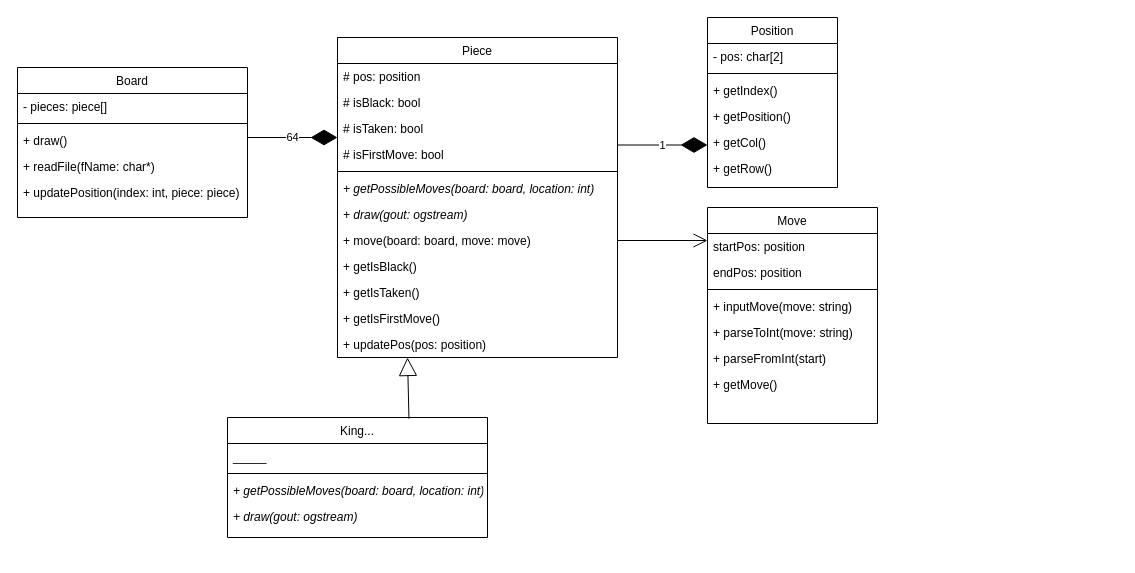
Earlier version of the draw.io diagram week-2-cb/Lab 2 Clas diagram.drawio (Calvinbullock/inheritanceDesign). Source tidied: cells renumbered, new cells numbered last; positions are measured from the earlier drawing's top-left corner, leaving out a move shared by most shapes. Both pictures are drawn from the tidied source at 100%, with x=0, y=0 at pixel (17, 17).
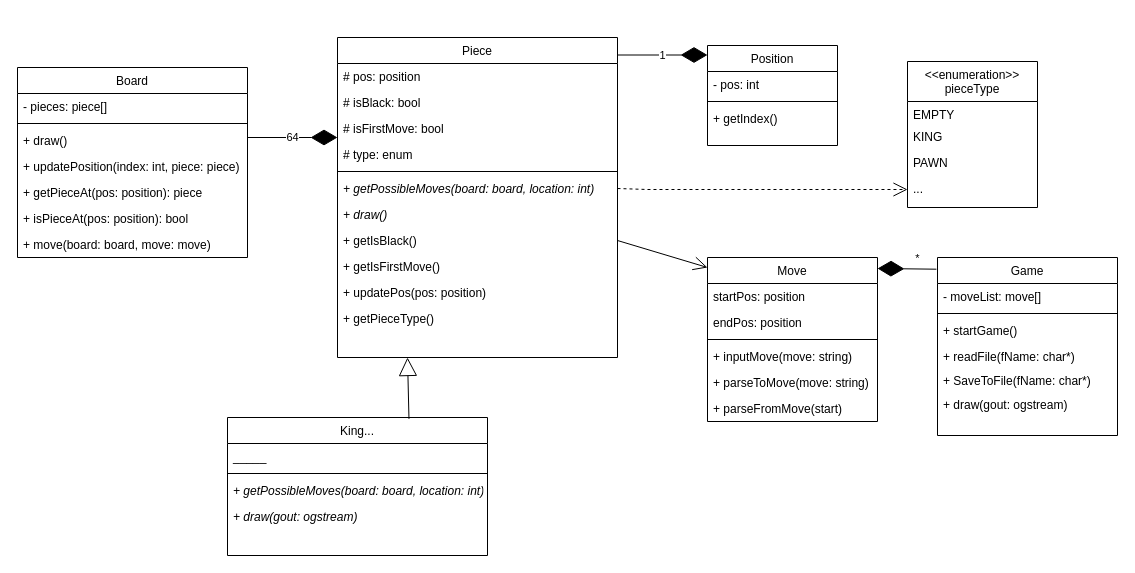
After the change.

The change refers to these unchanged cells:
```xml
<mxCell id="28" value="Piece" style="swimlane;fontStyle=0;align=center;verticalAlign=top;horizontal=1;startSize=26;rounded=0;shadow=0;strokeWidth=1;" parent="1" vertex="1">
  <mxGeometry x="320" y="20" width="280" height="320" as="geometry" />
</mxCell>
```

What changed in the source:
```diff
@@
     <mxCell id="2" value="Board" style="swimlane;fontStyle=0;align=center;verticalAlign=top;horizontal=1;startSize=26;rounded=0;shadow=0;strokeWidth=1;" parent="1" vertex="1">
-      <mxGeometry y="50" width="230" height="150" as="geometry" />
+      <mxGeometry y="50" width="230" height="190" as="geometry" />
     </mxCell>
@@
-    <mxCell id="6" value="+ readFile(fName: char*)" style="text;align=left;verticalAlign=top;spacingLeft=4;spacingRight=4;overflow=hidden;" parent="2" vertex="1">
-      <mxGeometry y="86" width="230" height="26" as="geometry" />
-    </mxCell>
+    <mxCell id="45" value="+ updatePosition(index: int, piece: piece)" style="text;align=left;verticalAlign=top;spacingLeft=4;spacingRight=4;overflow=hidden;" parent="2" vertex="1">
+      <mxGeometry y="86" width="230" height="26" as="geometry" />
+    </mxCell>
+    <mxCell id="46" value="+ getPieceAt(pos: position): piece" style="text;align=left;verticalAlign=top;spacingLeft=4;spacingRight=4;overflow=hidden;" parent="2" vertex="1">
+      <mxGeometry y="112" width="230" height="26" as="geometry" />
+    </mxCell>
-    <mxCell id="7" value="+ updatePosition(index: int, piece: piece)" style="text;align=left;verticalAlign=top;spacingLeft=4;spacingRight=4;overflow=hidden;" parent="2" vertex="1">
-      <mxGeometry y="112" width="230" height="26" as="geometry" />
+    <mxCell id="7" value="+ isPieceAt(pos: position): bool" style="text;align=left;verticalAlign=top;spacingLeft=4;spacingRight=4;overflow=hidden;" parent="2" vertex="1">
+      <mxGeometry y="138" width="230" height="26" as="geometry" />
     </mxCell>
+    <mxCell id="36" value="+ move(board: board, move: move)" style="text;align=left;verticalAlign=top;spacingLeft=4;spacingRight=4;overflow=hidden;points=[[0,0.5],[1,0.5]];portConstraint=eastwest;fontStyle=0;" parent="2" vertex="1">
+      <mxGeometry y="164" width="230" height="26" as="geometry" />
+    </mxCell>
     <mxCell id="8" value="King..." style="swimlane;fontStyle=0;align=center;verticalAlign=top;horizontal=1;startSize=26;rounded=0;shadow=0;strokeWidth=1;" parent="1" vertex="1">
-      <mxGeometry x="210" y="400" width="260" height="120" as="geometry" />
+      <mxGeometry x="210" y="400" width="260" height="138" as="geometry" />
     </mxCell>
@@
-    <mxCell id="12" value="+ draw(gout: ogstream)" style="text;align=left;verticalAlign=top;spacingLeft=4;spacingRight=4;overflow=hidden;fontStyle=2;" parent="8" vertex="1">
-      <mxGeometry y="86" width="260" height="26" as="geometry" />
-    </mxCell>
+    <mxCell id="47" value="+ draw(gout: ogstream)" style="text;align=left;verticalAlign=top;spacingLeft=4;spacingRight=4;overflow=hidden;fontStyle=2;" parent="8" vertex="1">
+      <mxGeometry y="86" width="260" height="26" as="geometry" />
+    </mxCell>
     <mxCell id="13" value="Position" style="swimlane;fontStyle=0;align=center;verticalAlign=top;horizontal=1;startSize=26;rounded=0;shadow=0;strokeWidth=1;" parent="1" vertex="1">
-      <mxGeometry x="690" width="130" height="170" as="geometry" />
+      <mxGeometry x="690" y="28" width="130" height="100" as="geometry" />
     </mxCell>
-    <mxCell id="14" value="- pos: char[2]" style="text;align=left;verticalAlign=top;spacingLeft=4;spacingRight=4;overflow=hidden;" parent="13" vertex="1">
+    <mxCell id="14" value="- pos: int" style="text;align=left;verticalAlign=top;spacingLeft=4;spacingRight=4;overflow=hidden;" parent="13" vertex="1">
       <mxGeometry y="26" width="130" height="26" as="geometry" />
     </mxCell>
@@
-    <mxCell id="17" value="+ getPosition()" style="text;align=left;verticalAlign=top;spacingLeft=4;spacingRight=4;overflow=hidden;" parent="13" vertex="1">
-      <mxGeometry y="86" width="130" height="26" as="geometry" />
-    </mxCell>
-    <mxCell id="18" value="+ getCol()" style="text;align=left;verticalAlign=top;spacingLeft=4;spacingRight=4;overflow=hidden;" parent="13" vertex="1">
-      <mxGeometry y="112" width="130" height="26" as="geometry" />
-    </mxCell>
-    <mxCell id="19" value="+ getRow()" style="text;align=left;verticalAlign=top;spacingLeft=4;spacingRight=4;overflow=hidden;" parent="13" vertex="1">
-      <mxGeometry y="138" width="130" height="26" as="geometry" />
-    </mxCell>
     <mxCell id="20" value="Move" style="swimlane;fontStyle=0;align=center;verticalAlign=top;horizontal=1;startSize=26;rounded=0;shadow=0;strokeWidth=1;" parent="1" vertex="1">
-      <mxGeometry x="690" y="190" width="170" height="216" as="geometry" />
+      <mxGeometry x="690" y="240" width="170" height="164" as="geometry" />
     </mxCell>
@@
-    <mxCell id="25" value="+ parseToInt(move: string)" style="text;align=left;verticalAlign=top;spacingLeft=4;spacingRight=4;overflow=hidden;" parent="20" vertex="1">
+    <mxCell id="25" value="+ parseToMove(move: string)" style="text;align=left;verticalAlign=top;spacingLeft=4;spacingRight=4;overflow=hidden;" parent="20" vertex="1">
       <mxGeometry y="112" width="170" height="26" as="geometry" />
     </mxCell>
-    <mxCell id="26" value="+ parseFromInt(start)" style="text;align=left;verticalAlign=top;spacingLeft=4;spacingRight=4;overflow=hidden;" parent="20" vertex="1">
+    <mxCell id="26" value="+ parseFromMove(start)" style="text;align=left;verticalAlign=top;spacingLeft=4;spacingRight=4;overflow=hidden;" parent="20" vertex="1">
       <mxGeometry y="138" width="170" height="26" as="geometry" />
     </mxCell>
-    <mxCell id="27" value="+ getMove()" style="text;align=left;verticalAlign=top;spacingLeft=4;spacingRight=4;overflow=hidden;" parent="20" vertex="1">
-      <mxGeometry y="164" width="170" height="26" as="geometry" />
-    </mxCell>
@@
-    <mxCell id="31" value="# isTaken: bool" style="text;align=left;verticalAlign=top;spacingLeft=4;spacingRight=4;overflow=hidden;" parent="28" vertex="1">
-      <mxGeometry y="78" width="280" height="26" as="geometry" />
-    </mxCell>
     <mxCell id="32" value="# isFirstMove: bool" style="text;align=left;verticalAlign=top;spacingLeft=4;spacingRight=4;overflow=hidden;" parent="28" vertex="1">
-      <mxGeometry y="104" width="280" height="26" as="geometry" />
+      <mxGeometry y="78" width="280" height="26" as="geometry" />
     </mxCell>
+    <mxCell id="48" value="# type: enum" style="text;align=left;verticalAlign=top;spacingLeft=4;spacingRight=4;overflow=hidden;fontStyle=0;" parent="28" vertex="1">
+      <mxGeometry y="104" width="280" height="26" as="geometry" />
+    </mxCell>
@@
-    <mxCell id="35" value="+ draw(gout: ogstream)" style="text;align=left;verticalAlign=top;spacingLeft=4;spacingRight=4;overflow=hidden;fontStyle=2;" parent="28" vertex="1">
+    <mxCell id="35" value="+ draw()" style="text;align=left;verticalAlign=top;spacingLeft=4;spacingRight=4;overflow=hidden;fontStyle=2;" parent="28" vertex="1">
       <mxGeometry y="164" width="280" height="26" as="geometry" />
     </mxCell>
-    <mxCell id="36" value="+ move(board: board, move: move)" style="text;align=left;verticalAlign=top;spacingLeft=4;spacingRight=4;overflow=hidden;points=[[0,0.5],[1,0.5]];portConstraint=eastwest;fontStyle=0;" parent="28" vertex="1">
-      <mxGeometry y="190" width="280" height="26" as="geometry" />
-    </mxCell>
     <mxCell id="37" value="+ getIsBlack()" style="text;align=left;verticalAlign=top;spacingLeft=4;spacingRight=4;overflow=hidden;points=[[0,0.5],[1,0.5]];portConstraint=eastwest;fontStyle=0;" parent="28" vertex="1">
-      <mxGeometry y="216" width="280" height="26" as="geometry" />
+      <mxGeometry y="190" width="280" height="26" as="geometry" />
     </mxCell>
-    <mxCell id="38" value="+ getIsTaken()" style="text;align=left;verticalAlign=top;spacingLeft=4;spacingRight=4;overflow=hidden;fontStyle=0;" parent="28" vertex="1">
-      <mxGeometry y="242" width="280" height="26" as="geometry" />
-    </mxCell>
     <mxCell id="39" value="+ getIsFirstMove()" style="text;align=left;verticalAlign=top;spacingLeft=4;spacingRight=4;overflow=hidden;fontStyle=0;" parent="28" vertex="1">
-      <mxGeometry y="268" width="280" height="26" as="geometry" />
+      <mxGeometry y="216" width="280" height="26" as="geometry" />
     </mxCell>
     <mxCell id="40" value="+ updatePos(pos: position)" style="text;align=left;verticalAlign=top;spacingLeft=4;spacingRight=4;overflow=hidden;fontStyle=0;" parent="28" vertex="1">
-      <mxGeometry y="294" width="280" height="26" as="geometry" />
+      <mxGeometry y="242" width="280" height="26" as="geometry" />
     </mxCell>
+    <mxCell id="12" value="+ getPieceType()" style="text;align=left;verticalAlign=top;spacingLeft=4;spacingRight=4;overflow=hidden;fontStyle=0;" parent="28" vertex="1">
+      <mxGeometry y="268" width="280" height="26" as="geometry" />
+    </mxCell>
@@
     <mxCell id="43" value="1" style="endArrow=diamondThin;endFill=1;endSize=24;html=1;rounded=0;" parent="1" edge="1">
       <mxGeometry relative="1" as="geometry">
-        <mxPoint x="600" y="127.5" as="sourcePoint" />
-        <mxPoint x="690" y="127.5" as="targetPoint" />
+        <mxPoint x="600" y="37.5" as="sourcePoint" />
+        <mxPoint x="690" y="37.5" as="targetPoint" />
       </mxGeometry>
     </mxCell>
-    <mxCell id="44" style="endArrow=open;endFill=1;endSize=12;html=1;rounded=0;exitX=1;exitY=0.5;exitDx=0;exitDy=0;" parent="1" edge="1" source="36">
-      <mxGeometry relative="1" as="geometry">
-        <mxPoint x="690" y="223" as="targetPoint" />
-      </mxGeometry>
+    <mxCell id="44" style="endArrow=open;endFill=1;endSize=12;html=1;rounded=0;exitX=1;exitY=0.5;exitDx=0;exitDy=0;entryX=0;entryY=0.061;entryDx=0;entryDy=0;entryPerimeter=0;" parent="1" edge="1" source="37" target="20">
+      <mxGeometry relative="1" as="geometry" />
     </mxCell>
+    <mxCell id="49" value="Game" style="swimlane;fontStyle=0;align=center;verticalAlign=top;horizontal=1;startSize=26;rounded=0;shadow=0;strokeWidth=1;" parent="1" vertex="1">
+      <mxGeometry x="920" y="240" width="180" height="178" as="geometry" />
+    </mxCell>
+    <mxCell id="50" value="- moveList: move[]" style="text;align=left;verticalAlign=top;spacingLeft=4;spacingRight=4;overflow=hidden;" parent="49" vertex="1">
+      <mxGeometry y="26" width="180" height="26" as="geometry" />
+    </mxCell>
+    <mxCell id="51" style="line;html=1;strokeWidth=1;align=left;verticalAlign=middle;spacingTop=-1;spacingLeft=3;spacingRight=3;labelPosition=right;" parent="49" vertex="1">
+      <mxGeometry y="52" width="180" height="8" as="geometry" />
+    </mxCell>
+    <mxCell id="52" value="+ startGame()" style="text;align=left;verticalAlign=top;spacingLeft=4;spacingRight=4;overflow=hidden;" parent="49" vertex="1">
+      <mxGeometry y="60" width="180" height="26" as="geometry" />
+    </mxCell>
+    <mxCell id="6" value="+ readFile(fName: char*)" style="text;align=left;verticalAlign=top;spacingLeft=4;spacingRight=4;overflow=hidden;" parent="49" vertex="1">
+      <mxGeometry y="86" width="180" height="24" as="geometry" />
+    </mxCell>
+    <mxCell id="53" value="+ SaveToFile(fName: char*)" style="text;align=left;verticalAlign=top;spacingLeft=4;spacingRight=4;overflow=hidden;" parent="49" vertex="1">
+      <mxGeometry y="110" width="180" height="24" as="geometry" />
+    </mxCell>
+    <mxCell id="54" value="+ draw(gout: ogstream)" style="text;align=left;verticalAlign=top;spacingLeft=4;spacingRight=4;overflow=hidden;" parent="49" vertex="1">
+      <mxGeometry y="134" width="180" height="44" as="geometry" />
+    </mxCell>
+    <mxCell id="55" value="*" style="endArrow=diamondThin;endFill=1;endSize=24;html=1;rounded=0;entryX=1;entryY=0.061;entryDx=0;entryDy=0;entryPerimeter=0;exitX=-0.006;exitY=0.06;exitDx=0;exitDy=0;exitPerimeter=0;" parent="1" edge="1">
+      <mxGeometry x="-0.35" y="-10" relative="1" as="geometry">
+        <mxPoint x="918.9" y="251.7" as="sourcePoint" />
+        <mxPoint x="860" y="251" as="targetPoint" />
+      </mxGeometry>
+    </mxCell>
+    <mxCell id="56" value="&lt;&lt;enumeration&gt;&gt;&#10;pieceType" style="swimlane;fontStyle=0;align=center;verticalAlign=top;horizontal=1;startSize=40;rounded=0;shadow=0;strokeWidth=1;" parent="1" vertex="1">
+      <mxGeometry x="890" y="44" width="130" height="146" as="geometry" />
+    </mxCell>
+    <mxCell id="57" value="EMPTY" style="text;align=left;verticalAlign=top;spacingLeft=4;spacingRight=4;overflow=hidden;" parent="56" vertex="1">
+      <mxGeometry y="40" width="130" height="22" as="geometry" />
+    </mxCell>
+    <mxCell id="58" value="KING" style="text;align=left;verticalAlign=top;spacingLeft=4;spacingRight=4;overflow=hidden;" parent="56" vertex="1">
+      <mxGeometry y="62" width="130" height="26" as="geometry" />
+    </mxCell>
+    <mxCell id="59" value="PAWN" style="text;align=left;verticalAlign=top;spacingLeft=4;spacingRight=4;overflow=hidden;" parent="56" vertex="1">
+      <mxGeometry y="88" width="130" height="26" as="geometry" />
+    </mxCell>
+    <mxCell id="60" value="..." style="text;align=left;verticalAlign=top;spacingLeft=4;spacingRight=4;overflow=hidden;" parent="56" vertex="1">
+      <mxGeometry y="114" width="130" height="26" as="geometry" />
+    </mxCell>
+    <mxCell id="61" style="endArrow=open;endFill=1;endSize=12;html=1;rounded=0;exitX=1;exitY=0.5;exitDx=0;exitDy=0;entryX=0;entryY=0.923;entryDx=0;entryDy=0;entryPerimeter=0;dashed=1;" parent="1" edge="1">
+      <mxGeometry relative="1" as="geometry">
+        <mxPoint x="600" y="171" as="sourcePoint" />
+        <mxPoint x="890" y="172" as="targetPoint" />
+        <Array as="points">
+          <mxPoint x="630" y="172" />
+        </Array>
+      </mxGeometry>
+    </mxCell>
```
